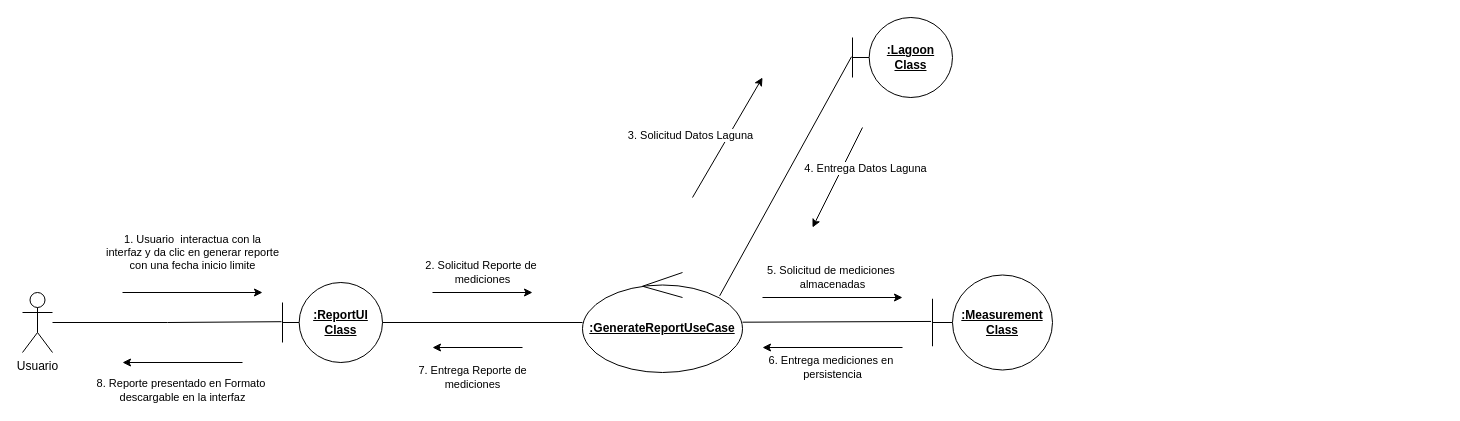
Before: docs/Diagramas/Draw Files/GenerarReporteUC/Diagrama de Colaboracion.drawio in cataaap24/LaVenturosa, a draw.io diagram. Source tidied: cells renumbered, new cells numbered last; positions are measured from the earlier drawing's top-left corner, leaving out a move shared by most shapes. Both pictures are drawn from the tidied source at 100%, with x=0, y=0 at pixel (22, 17).
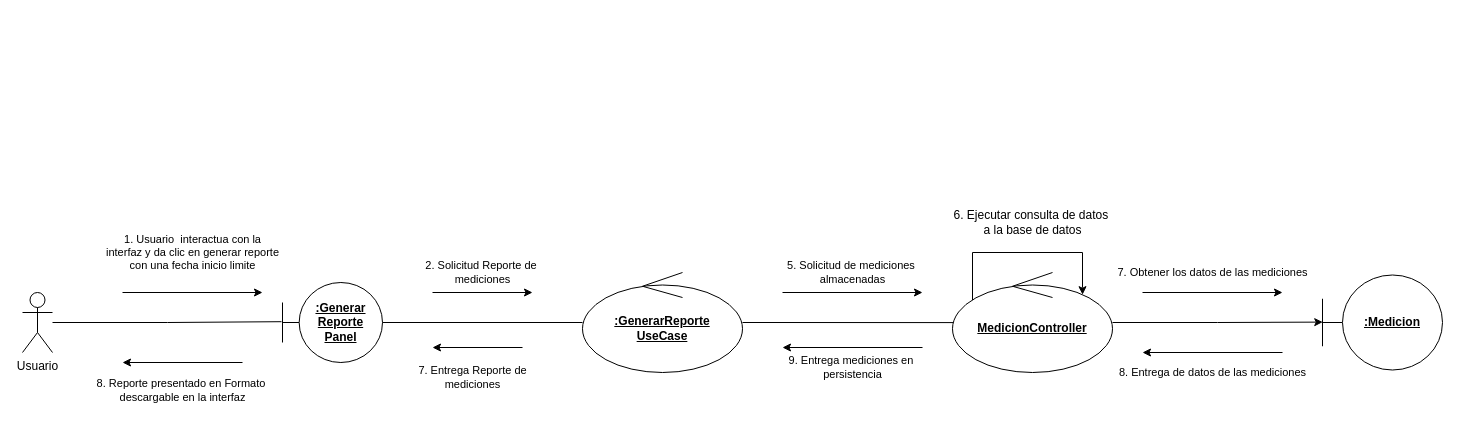
The same diagram, later.

Commit message (it also covers changes not shown here):
Update GenerarReporteUC collaboration diagram

Modify Diagrama de Colaboracion.drawio: update file metadata and diagram model, translate/rename elements to Spanish, reposition nodes and edges, and adjust labels/annotations. Add generated PNG preview (Diagrama de Colaboracion.drawio.png) and remove an old duplicate PNG (Generar reporte usecase.drawio(1).png). These changes refresh the visual layout and exported image for the GenerarReporte use case.

Diff of the diagram source:
```diff
@@
-    <mxCell id="2" value="&lt;b&gt;&lt;u&gt;:ReportUI&lt;/u&gt;&lt;/b&gt;&lt;div&gt;&lt;b&gt;&lt;u&gt;Class&lt;/u&gt;&lt;/b&gt;&lt;/div&gt;" style="shape=umlBoundary;whiteSpace=wrap;html=1;" parent="1" vertex="1">
+    <mxCell id="2" value="&lt;b&gt;&lt;u&gt;:Generar&lt;br&gt;Reporte&lt;br&gt;Panel&lt;br&gt;&lt;/u&gt;&lt;/b&gt;" style="shape=umlBoundary;whiteSpace=wrap;html=1;" parent="1" vertex="1">
       <mxGeometry x="260" y="265" width="100" height="80" as="geometry" />
     </mxCell>
-    <mxCell id="3" value="&lt;u&gt;&lt;b&gt;:GenerateReportUseCase&lt;/b&gt;&lt;/u&gt;" style="ellipse;shape=umlControl;whiteSpace=wrap;html=1;" parent="1" vertex="1">
+    <mxCell id="3" value="&lt;u&gt;&lt;b&gt;:GenerarReporte&lt;br&gt;UseCase&lt;/b&gt;&lt;/u&gt;" style="ellipse;shape=umlControl;whiteSpace=wrap;html=1;" parent="1" vertex="1">
       <mxGeometry x="560" y="255" width="160" height="100" as="geometry" />
     </mxCell>
-    <mxCell id="4" value="&lt;b&gt;&lt;u&gt;:Lagoon&lt;/u&gt;&lt;/b&gt;&lt;div&gt;&lt;b&gt;&lt;u&gt;Class&lt;/u&gt;&lt;/b&gt;&lt;/div&gt;" style="shape=umlBoundary;whiteSpace=wrap;html=1;" parent="1" vertex="1">
-      <mxGeometry x="830" width="100" height="80" as="geometry" />
-    </mxCell>
-    <mxCell id="5" value="&lt;b&gt;&lt;u&gt;:Measurement&lt;/u&gt;&lt;/b&gt;&lt;div&gt;&lt;b&gt;&lt;u&gt;Class&lt;/u&gt;&lt;/b&gt;&lt;/div&gt;" style="shape=umlBoundary;whiteSpace=wrap;html=1;" parent="1" vertex="1">
-      <mxGeometry x="910" y="257.5" width="120" height="95" as="geometry" />
+    <mxCell id="5" value="&lt;b&gt;&lt;u&gt;:Medicion&lt;/u&gt;&lt;/b&gt;&lt;div&gt;&lt;/div&gt;" style="shape=umlBoundary;whiteSpace=wrap;html=1;" parent="1" vertex="1">
+      <mxGeometry x="1300" y="257.5" width="120" height="95" as="geometry" />
     </mxCell>
@@
-    <mxCell id="7" style="rounded=0;jettySize=auto;html=1;entryX=-0.01;entryY=0.49;entryDx=0;entryDy=0;entryPerimeter=0;endArrow=none;endFill=0;exitX=0.857;exitY=0.234;exitDx=0;exitDy=0;exitPerimeter=0;" parent="1" edge="1" source="3" target="4">
-      <mxGeometry relative="1" as="geometry" />
-    </mxCell>
-    <mxCell id="8" style="rounded=0;jettySize=auto;html=1;entryX=-0.012;entryY=0.489;entryDx=0;entryDy=0;entryPerimeter=0;endArrow=none;endFill=0;" parent="1" edge="1" source="3" target="5">
+    <mxCell id="8" style="rounded=0;jettySize=auto;html=1;endArrow=none;endFill=0;entryX=0.005;entryY=0.501;entryDx=0;entryDy=0;entryPerimeter=0;" parent="1" edge="1" source="3" target="20">
       <mxGeometry relative="1" as="geometry" />
     </mxCell>
@@
-    <mxCell id="10" value="3. Solicitud Datos Laguna" style="edgeStyle=none;orthogonalLoop=1;jettySize=auto;html=1;rounded=0;" parent="1" edge="1">
-      <mxGeometry x="-0.24" y="33" relative="1" as="geometry">
-        <mxPoint x="670" y="180" as="sourcePoint" />
-        <mxPoint x="740" y="60" as="targetPoint" />
-      </mxGeometry>
-    </mxCell>
-    <mxCell id="11" value="4. Entrega Datos Laguna" style="edgeStyle=none;orthogonalLoop=1;jettySize=auto;html=1;rounded=0;" parent="1" edge="1">
-      <mxGeometry x="-0.38" y="21" relative="1" as="geometry">
-        <mxPoint x="840" y="110" as="sourcePoint" />
-        <mxPoint x="790" y="210" as="targetPoint" />
-      </mxGeometry>
-    </mxCell>
     <mxCell id="12" value="5. Solicitud de mediciones&amp;nbsp;&lt;div&gt;almacenadas&lt;/div&gt;" style="edgeStyle=none;orthogonalLoop=1;jettySize=auto;html=1;rounded=0;" parent="1" edge="1">
       <mxGeometry y="20" relative="1" as="geometry">
-        <mxPoint x="740" y="280" as="sourcePoint" />
-        <mxPoint x="880" y="280" as="targetPoint" />
+        <mxPoint x="760" y="275" as="sourcePoint" />
+        <mxPoint x="900" y="275" as="targetPoint" />
       </mxGeometry>
     </mxCell>
-    <mxCell id="13" value="6. Entrega mediciones en&amp;nbsp;&lt;div&gt;persistencia&lt;/div&gt;" style="edgeStyle=none;orthogonalLoop=1;jettySize=auto;html=1;rounded=0;" parent="1" edge="1">
+    <mxCell id="13" value="9. Entrega mediciones en&amp;nbsp;&lt;div&gt;persistencia&lt;/div&gt;" style="edgeStyle=none;orthogonalLoop=1;jettySize=auto;html=1;rounded=0;" parent="1" edge="1">
       <mxGeometry y="20" relative="1" as="geometry">
-        <mxPoint x="880" y="330" as="sourcePoint" />
-        <mxPoint x="740" y="330" as="targetPoint" />
+        <mxPoint x="900" y="330" as="sourcePoint" />
+        <mxPoint x="760" y="330" as="targetPoint" />
       </mxGeometry>
     </mxCell>
@@
+    <mxCell id="19" style="edgeStyle=orthogonalEdgeStyle;rounded=0;jettySize=auto;html=1;entryX=0.002;entryY=0.496;entryDx=0;entryDy=0;entryPerimeter=0;" parent="1" edge="1" source="20" target="5">
+      <mxGeometry relative="1" as="geometry" />
+    </mxCell>
+    <mxCell id="20" value="&lt;u&gt;&lt;b&gt;MedicionController&lt;/b&gt;&lt;/u&gt;" style="ellipse;shape=umlControl;whiteSpace=wrap;html=1;" parent="1" vertex="1">
+      <mxGeometry x="930" y="255" width="160" height="100" as="geometry" />
+    </mxCell>
+    <mxCell id="21" value="7. Obtener los datos de las mediciones" style="edgeStyle=none;orthogonalLoop=1;jettySize=auto;html=1;rounded=0;" parent="1" edge="1">
+      <mxGeometry y="20" relative="1" as="geometry">
+        <mxPoint x="1120" y="275" as="sourcePoint" />
+        <mxPoint x="1260" y="275" as="targetPoint" />
+      </mxGeometry>
+    </mxCell>
+    <mxCell id="22" value="8. Entrega de datos de las mediciones" style="edgeStyle=none;orthogonalLoop=1;jettySize=auto;html=1;rounded=0;" parent="1" edge="1">
+      <mxGeometry y="20" relative="1" as="geometry">
+        <mxPoint x="1260" y="335" as="sourcePoint" />
+        <mxPoint x="1120" y="335" as="targetPoint" />
+      </mxGeometry>
+    </mxCell>
+    <mxCell id="23" style="edgeStyle=orthogonalEdgeStyle;rounded=0;orthogonalLoop=1;jettySize=auto;html=1;entryX=0.813;entryY=0.222;entryDx=0;entryDy=0;entryPerimeter=0;exitX=0.125;exitY=0.275;exitDx=0;exitDy=0;exitPerimeter=0;" parent="1" edge="1" source="20" target="20">
+      <mxGeometry relative="1" as="geometry">
+        <Array as="points">
+          <mxPoint x="950" y="235" />
+          <mxPoint x="1060" y="235" />
+          <mxPoint x="1060" y="270" />
+          <mxPoint x="1060" y="270" />
+        </Array>
+      </mxGeometry>
+    </mxCell>
+    <mxCell id="24" value="6. Ejecutar consulta de datos&amp;nbsp;&lt;br&gt;a la base de datos" style="text;html=1;align=center;verticalAlign=middle;strokeColor=none;fillColor=none;" parent="1" vertex="1">
+      <mxGeometry x="920" y="185" width="180" height="40" as="geometry" />
+    </mxCell>
```
